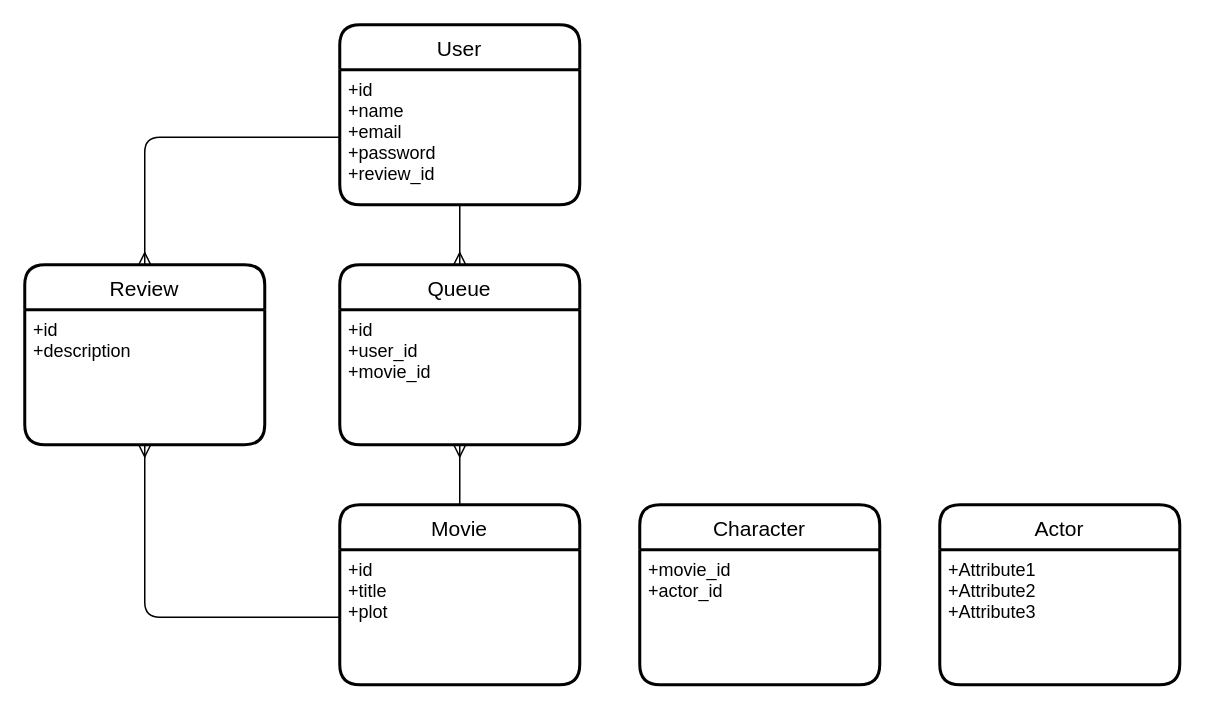
This is domain_modeling.drawio from ckesurf/mod-1-discussion-questions-domain-modeling, a draw.io file, before an edit. Source tidied: cells renumbered, new cells numbered last; positions are measured from the earlier drawing's top-left corner, leaving out a move shared by most shapes. Both pictures are drawn from the tidied source at 150%, with x=0, y=0 at pixel (24, 24).
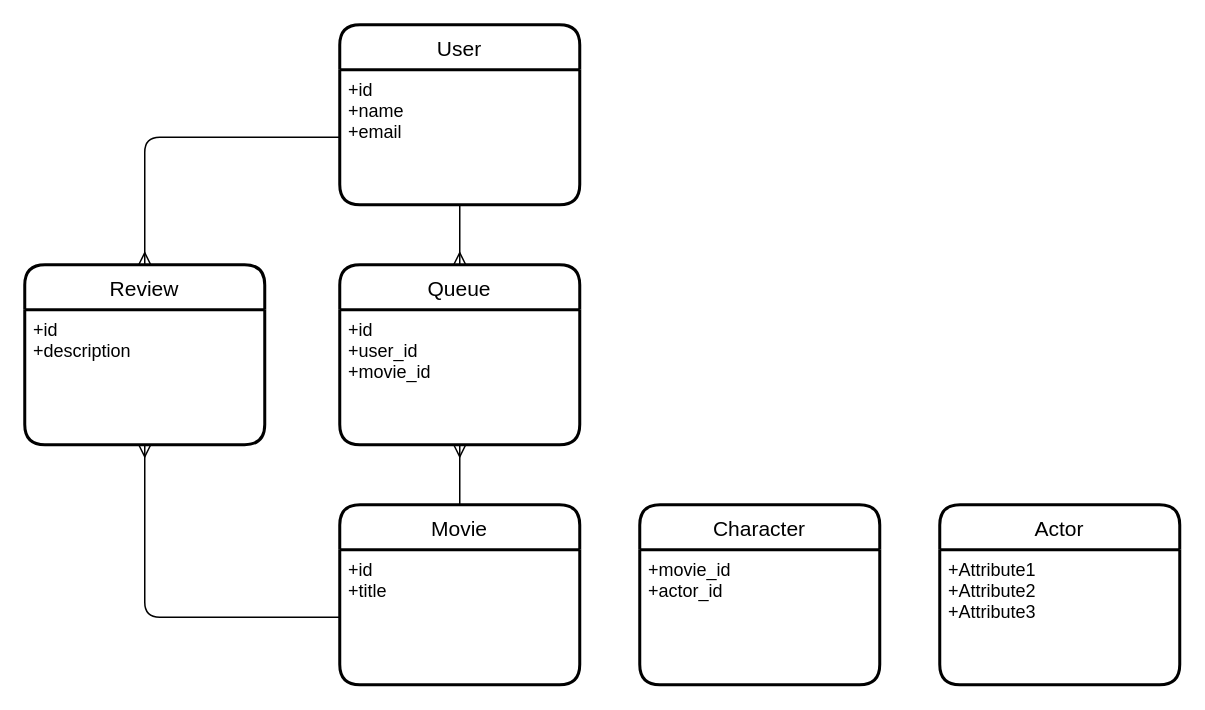
Above is the later version.

Change to the diagram source:
```diff
@@
 <mxGraphModel>
   <root>
     <mxCell id="0" />
     <mxCell id="1" parent="0" />
     <mxCell id="2" value="User" style="swimlane;horizontal=1;startSize=30;rounded=1;fontSize=14;fontStyle=0;strokeWidth=2;shadow=0;dashed=0;align=center;" parent="1" vertex="1">
       <mxGeometry x="210" width="160" height="120" as="geometry" />
     </mxCell>
-    <mxCell id="3" value="+id&#10;+name&#10;+email&#10;+password&#10;+review_id" style="align=left;strokeColor=none;fillColor=none;spacingLeft=4;fontSize=12;verticalAlign=top;" parent="2" vertex="1">
+    <mxCell id="3" value="+id&#10;+name&#10;+email" style="align=left;strokeColor=none;fillColor=none;spacingLeft=4;fontSize=12;verticalAlign=top;" parent="2" vertex="1">
       <mxGeometry y="30" width="160" height="90" as="geometry" />
     </mxCell>
     <mxCell id="4" value="Movie" style="swimlane;horizontal=1;startSize=30;rounded=1;fontSize=14;fontStyle=0;strokeWidth=2;shadow=0;dashed=0;align=center;" parent="1" vertex="1">
       <mxGeometry x="210" y="320" width="160" height="120" as="geometry" />
     </mxCell>
-    <mxCell id="5" value="+id&#10;+title&#10;+plot&#10;" style="align=left;strokeColor=none;fillColor=none;spacingLeft=4;fontSize=12;verticalAlign=top;" parent="4" vertex="1">
+    <mxCell id="5" value="+id&#10;+title&#10;" style="align=left;strokeColor=none;fillColor=none;spacingLeft=4;fontSize=12;verticalAlign=top;" parent="4" vertex="1">
       <mxGeometry y="30" width="160" height="90" as="geometry" />
     </mxCell>
     <mxCell id="6" value="Queue" style="swimlane;horizontal=1;startSize=30;rounded=1;fontSize=14;fontStyle=0;strokeWidth=2;shadow=0;dashed=0;align=center;" parent="1" vertex="1">
       <mxGeometry x="210" y="160" width="160" height="120" as="geometry" />
     </mxCell>
     <mxCell id="7" value="+id&#10;+user_id&#10;+movie_id" style="align=left;strokeColor=none;fillColor=none;spacingLeft=4;fontSize=12;verticalAlign=top;" parent="6" vertex="1">
       <mxGeometry y="30" width="160" height="90" as="geometry" />
     </mxCell>
     <mxCell id="8" value="Actor" style="swimlane;horizontal=1;startSize=30;rounded=1;fontSize=14;fontStyle=0;strokeWidth=2;shadow=0;dashed=0;align=center;" parent="1" vertex="1">
       <mxGeometry x="610" y="320" width="160" height="120" as="geometry" />
     </mxCell>
     <mxCell id="9" value="+Attribute1&#10;+Attribute2&#10;+Attribute3" style="align=left;strokeColor=none;fillColor=none;spacingLeft=4;fontSize=12;verticalAlign=top;" parent="8" vertex="1">
       <mxGeometry y="30" width="160" height="90" as="geometry" />
     </mxCell>
     <mxCell id="10" value="Review" style="swimlane;horizontal=1;startSize=30;rounded=1;fontSize=14;fontStyle=0;strokeWidth=2;shadow=0;dashed=0;align=center;" parent="1" vertex="1">
       <mxGeometry y="160" width="160" height="120" as="geometry" />
     </mxCell>
     <mxCell id="11" value="+id&#10;+description" style="align=left;strokeColor=none;fillColor=none;spacingLeft=4;fontSize=12;verticalAlign=top;" parent="10" vertex="1">
       <mxGeometry y="30" width="160" height="90" as="geometry" />
     </mxCell>
     <mxCell id="12" style="edgeStyle=orthogonalEdgeStyle;fontSize=12;html=1;endArrow=ERmany;exitX=0.5;exitY=1;exitDx=0;exitDy=0;entryX=0.5;entryY=0;entryDx=0;entryDy=0;" parent="1" edge="1" source="3" target="6">
       <mxGeometry relative="1" as="geometry" />
     </mxCell>
     <mxCell id="13" style="edgeStyle=orthogonalEdgeStyle;fontSize=12;html=1;endArrow=ERmany;entryX=0.5;entryY=1;entryDx=0;entryDy=0;exitX=0.5;exitY=0;exitDx=0;exitDy=0;" parent="1" edge="1" source="4" target="7">
       <mxGeometry relative="1" as="geometry" />
     </mxCell>
     <mxCell id="14" value="Character" style="swimlane;horizontal=1;startSize=30;rounded=1;fontSize=14;fontStyle=0;strokeWidth=2;shadow=0;dashed=0;align=center;" parent="1" vertex="1">
       <mxGeometry x="410" y="320" width="160" height="120" as="geometry" />
     </mxCell>
     <mxCell id="15" value="+movie_id&#10;+actor_id" style="align=left;strokeColor=none;fillColor=none;spacingLeft=4;fontSize=12;verticalAlign=top;" parent="14" vertex="1">
       <mxGeometry y="30" width="160" height="90" as="geometry" />
     </mxCell>
     <mxCell id="16" style="edgeStyle=orthogonalEdgeStyle;fontSize=12;html=1;endArrow=ERmany;entryX=0.5;entryY=0;entryDx=0;entryDy=0;exitX=0;exitY=0.5;exitDx=0;exitDy=0;" parent="1" edge="1" source="3" target="10">
       <mxGeometry relative="1" as="geometry" />
     </mxCell>
     <mxCell id="17" style="fontSize=12;html=1;endArrow=ERmany;entryX=0.5;entryY=1;entryDx=0;entryDy=0;exitX=0;exitY=0.5;exitDx=0;exitDy=0;edgeStyle=orthogonalEdgeStyle;" parent="1" edge="1" source="5" target="11">
       <mxGeometry relative="1" as="geometry" />
     </mxCell>
   </root>
 </mxGraphModel>
```
